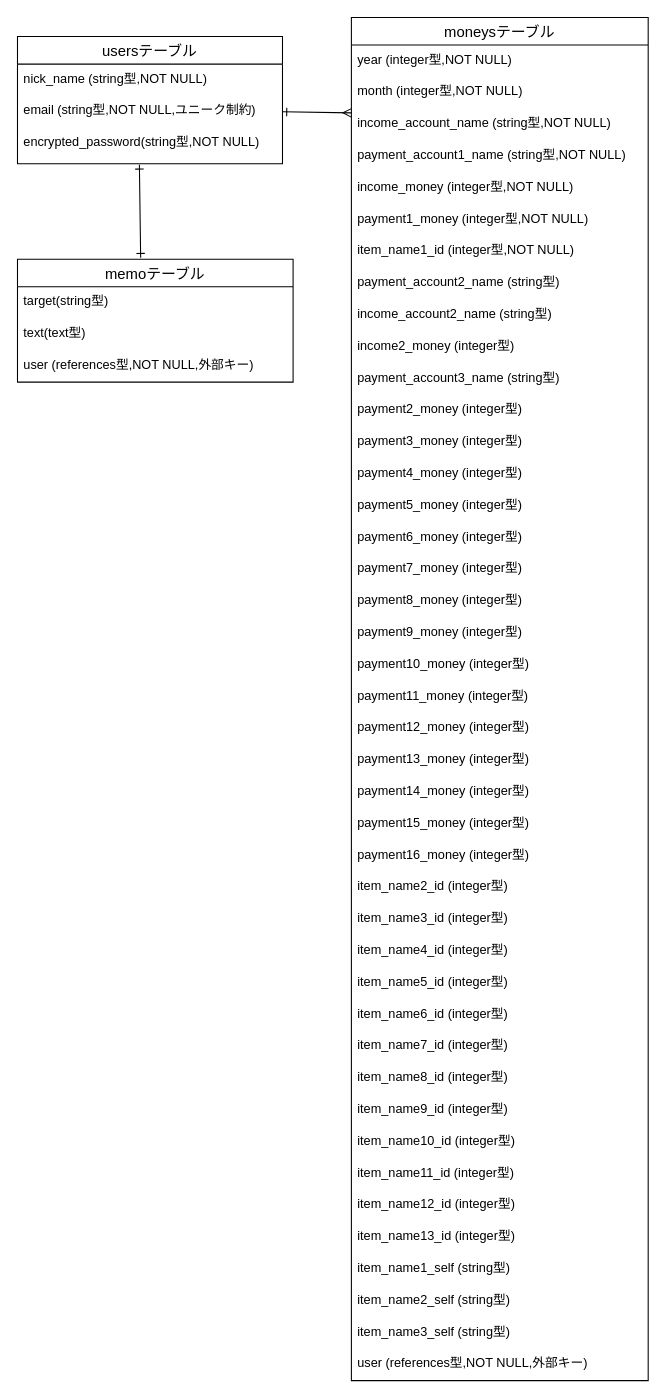
Above: ER.dio in harukakak/rakubo (draw.io), before the change. Source tidied: cells renumbered, new cells numbered last; positions are measured from the earlier drawing's top-left corner, leaving out a move shared by most shapes. Both pictures are drawn from the tidied source at 106%, with x=0, y=0 at pixel (17, 17).
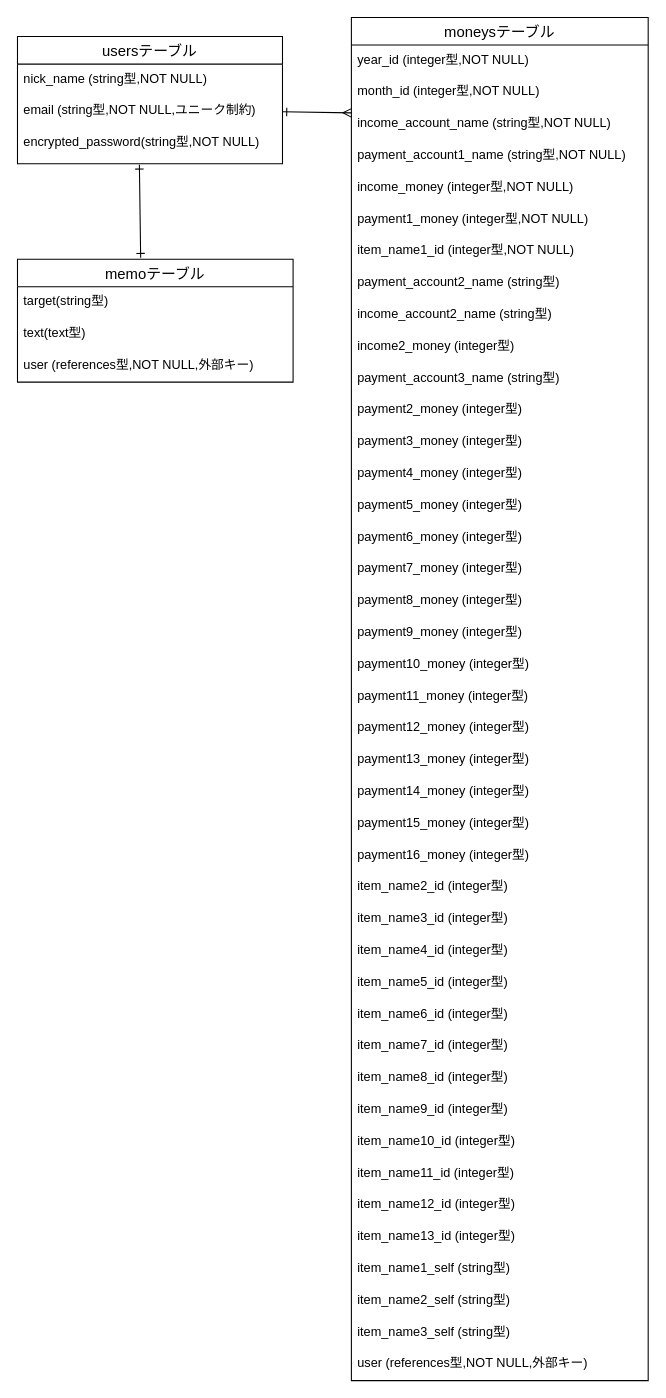
After the change.

The change refers to these unchanged cells:
```xml
<mxCell id="6" value="moneysテーブル" style="swimlane;fontStyle=0;horizontal=1;startSize=26;align=center;fontSize=14;" parent="1" vertex="1">
  <mxGeometry x="315" width="280" height="1286" as="geometry" />
</mxCell>
```

Change to the diagram source:
```diff
@@
-    <mxCell id="7" value="year (integer型,NOT NULL)" style="text;strokeColor=none;fillColor=none;spacingLeft=4;spacingRight=4;overflow=hidden;fontSize=12;" parent="6" vertex="1">
+    <mxCell id="7" value="year_id (integer型,NOT NULL)" style="text;strokeColor=none;fillColor=none;spacingLeft=4;spacingRight=4;overflow=hidden;fontSize=12;" parent="6" vertex="1">
       <mxGeometry y="26" width="280" height="30" as="geometry" />
     </mxCell>
-    <mxCell id="8" value="month (integer型,NOT NULL)" style="text;strokeColor=none;fillColor=none;spacingLeft=4;spacingRight=4;overflow=hidden;fontSize=12;" parent="6" vertex="1">
+    <mxCell id="8" value="month_id (integer型,NOT NULL)" style="text;strokeColor=none;fillColor=none;spacingLeft=4;spacingRight=4;overflow=hidden;fontSize=12;" parent="6" vertex="1">
       <mxGeometry y="56" width="280" height="30" as="geometry" />
     </mxCell>
```
